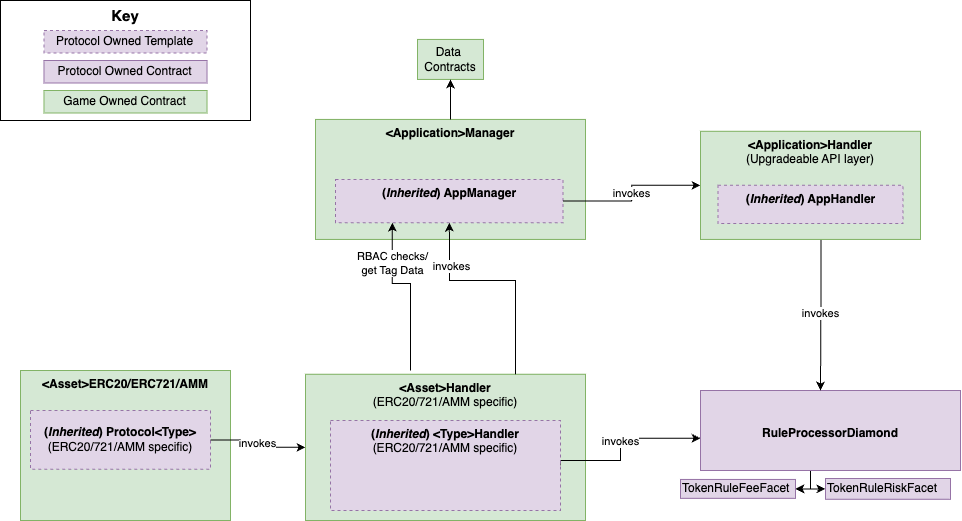
This is docs/userGuides/images/ExampleDeployment.png from thrackle-io/rules-engine, a draw.io export, as it was before one commit. Source tidied: cells renumbered, new cells last; positions are measured from the earlier drawing's top-left corner, leaving out a move shared by most shapes. Its diagram source:
```xml
<mxGraphModel>
  <root>
    <mxCell id="0" />
    <mxCell id="1" parent="0" />
    <mxCell id="2" value="&lt;div style=&quot;&quot;&gt;&lt;b style=&quot;background-color: initial;&quot;&gt;&amp;lt;Asset&amp;gt;Handler&lt;/b&gt;&lt;/div&gt;&lt;div style=&quot;&quot;&gt;&lt;span style=&quot;background-color: initial;&quot;&gt;(ERC20/721/AMM specific)&lt;/span&gt;&lt;/div&gt;" style="rounded=0;whiteSpace=wrap;html=1;fillColor=#d5e8d4;strokeColor=#82b366;align=center;verticalAlign=top;" parent="1" vertex="1">
      <mxGeometry x="305" y="373.8" width="280" height="146.2" as="geometry" />
    </mxCell>
    <mxCell id="3" style="edgeStyle=orthogonalEdgeStyle;rounded=0;jettySize=auto;html=1;entryX=1;entryY=0.5;entryDx=0;entryDy=0;" parent="1" edge="1" source="5" target="7">
      <mxGeometry relative="1" as="geometry">
        <Array as="points">
          <mxPoint x="810" y="488.9" />
        </Array>
      </mxGeometry>
    </mxCell>
    <mxCell id="4" style="edgeStyle=orthogonalEdgeStyle;rounded=0;jettySize=auto;html=1;entryX=0;entryY=0.5;entryDx=0;entryDy=0;" parent="1" edge="1" source="5" target="6">
      <mxGeometry relative="1" as="geometry">
        <Array as="points">
          <mxPoint x="810" y="488.9" />
        </Array>
      </mxGeometry>
    </mxCell>
    <mxCell id="5" value="&lt;div style=&quot;&quot;&gt;&lt;b style=&quot;background-color: initial;&quot;&gt;&lt;br&gt;&lt;/b&gt;&lt;/div&gt;&lt;div style=&quot;&quot;&gt;&lt;b style=&quot;background-color: initial;&quot;&gt;&lt;br&gt;&lt;/b&gt;&lt;/div&gt;&lt;div style=&quot;&quot;&gt;&lt;b style=&quot;background-color: initial;&quot;&gt;RuleProcessorDiamond&lt;/b&gt;&lt;/div&gt;" style="rounded=0;whiteSpace=wrap;html=1;fillColor=#e1d5e7;strokeColor=#9673a6;align=center;verticalAlign=top;" parent="1" vertex="1">
      <mxGeometry x="700" y="390" width="260" height="80" as="geometry" />
    </mxCell>
    <mxCell id="6" value="TokenRuleRiskFacet" style="rounded=0;whiteSpace=wrap;html=1;fillColor=#e1d5e7;strokeColor=#9673a6;align=left;" parent="1" vertex="1">
      <mxGeometry x="825" y="478" width="125" height="20.8" as="geometry" />
    </mxCell>
    <mxCell id="7" value="TokenRuleFeeFacet" style="rounded=0;whiteSpace=wrap;html=1;fillColor=#e1d5e7;strokeColor=#9673a6;align=left;" parent="1" vertex="1">
      <mxGeometry x="680" y="478.9" width="115" height="18.9" as="geometry" />
    </mxCell>
    <mxCell id="8" value="invokes" style="edgeStyle=orthogonalEdgeStyle;rounded=0;jettySize=auto;html=1;exitX=1;exitY=0.5;exitDx=0;exitDy=0;entryX=0;entryY=0.597;entryDx=0;entryDy=0;entryPerimeter=0;" parent="1" edge="1" source="9" target="5">
      <mxGeometry relative="1" as="geometry">
        <Array as="points">
          <mxPoint x="560" y="460" />
          <mxPoint x="620" y="460" />
          <mxPoint x="620" y="438" />
        </Array>
      </mxGeometry>
    </mxCell>
    <mxCell id="9" value="&lt;div style=&quot;&quot;&gt;&lt;div style=&quot;&quot;&gt;&lt;b style=&quot;background-color: initial;&quot;&gt;(&lt;i&gt;Inherited&lt;/i&gt;) &amp;lt;Type&amp;gt;Handler&lt;/b&gt;&lt;/div&gt;&lt;span style=&quot;background-color: initial;&quot;&gt;&lt;div style=&quot;&quot;&gt;&lt;span style=&quot;background-color: initial;&quot;&gt;(ERC20/721/AMM specific)&lt;/span&gt;&lt;/div&gt;&lt;/span&gt;&lt;/div&gt;" style="rounded=0;whiteSpace=wrap;html=1;fillColor=#e1d5e7;strokeColor=#9673a6;align=center;verticalAlign=top;dashed=1;" parent="1" vertex="1">
      <mxGeometry x="330" y="420" width="230" height="90.1" as="geometry" />
    </mxCell>
    <mxCell id="10" style="group;fontSize=15;" parent="1" vertex="1">
      <mxGeometry width="250" height="120" as="geometry" />
    </mxCell>
    <mxCell id="11" value="&lt;font style=&quot;font-size: 15px;&quot;&gt;Key&lt;/font&gt;" style="rounded=0;whiteSpace=wrap;html=1;fontStyle=1;verticalAlign=top;fontSize=15;" parent="10" vertex="1">
      <mxGeometry width="250" height="120" as="geometry" />
    </mxCell>
    <mxCell id="12" value="Protocol Owned Template" style="rounded=0;whiteSpace=wrap;html=1;fillColor=#e1d5e7;strokeColor=#9673a6;dashed=1;" parent="10" vertex="1">
      <mxGeometry x="43.5" y="30" width="163" height="22.5" as="geometry" />
    </mxCell>
    <mxCell id="13" value="Protocol Owned Contract" style="rounded=0;whiteSpace=wrap;html=1;fillColor=#e1d5e7;strokeColor=#9673a6;" parent="10" vertex="1">
      <mxGeometry x="43.5" y="60" width="163" height="22.5" as="geometry" />
    </mxCell>
    <mxCell id="14" value="Game Owned Contract" style="rounded=0;whiteSpace=wrap;html=1;fillColor=#d5e8d4;strokeColor=#82b366;" parent="10" vertex="1">
      <mxGeometry x="43.5" y="90" width="163" height="22.5" as="geometry" />
    </mxCell>
    <mxCell id="15" style="group;" parent="1" vertex="1">
      <mxGeometry y="330" width="230" height="190" as="geometry" />
    </mxCell>
    <mxCell id="16" value="&amp;lt;Asset&amp;gt;ERC20/ERC721/AMM" style="rounded=0;whiteSpace=wrap;html=1;fillColor=#d5e8d4;strokeColor=#82b366;fontStyle=1;verticalAlign=top;align=center;" parent="15" vertex="1">
      <mxGeometry x="20" y="40" width="210" height="150" as="geometry" />
    </mxCell>
    <mxCell id="17" value="&lt;div style=&quot;&quot;&gt;&lt;b style=&quot;background-color: initial;&quot;&gt;(&lt;i&gt;Inherited&lt;/i&gt;) Protocol&amp;lt;Type&amp;gt;&lt;br&gt;&lt;/b&gt;(ERC20/721/AMM specific)&lt;/div&gt;" style="rounded=0;whiteSpace=wrap;html=1;fillColor=#e1d5e7;strokeColor=#9673a6;align=center;dashed=1;" parent="15" vertex="1">
      <mxGeometry x="30" y="80" width="180" height="58.8" as="geometry" />
    </mxCell>
    <mxCell id="18" value="invokes" style="edgeStyle=orthogonalEdgeStyle;rounded=0;jettySize=auto;html=1;entryX=0;entryY=0.5;entryDx=0;entryDy=0;exitX=1;exitY=0.5;exitDx=0;exitDy=0;" parent="1" edge="1" source="17" target="2">
      <mxGeometry relative="1" as="geometry" />
    </mxCell>
    <mxCell id="19" style="group;" parent="1" vertex="1">
      <mxGeometry x="305" y="38.9" width="280" height="200" as="geometry" />
    </mxCell>
    <mxCell id="20" value="&lt;div style=&quot;&quot;&gt;&lt;b style=&quot;background-color: initial;&quot;&gt;&amp;lt;Application&amp;gt;Manager&lt;/b&gt;&lt;/div&gt;" style="rounded=0;whiteSpace=wrap;html=1;fillColor=#d5e8d4;strokeColor=#82b366;align=center;verticalAlign=top;" parent="19" vertex="1">
      <mxGeometry x="10" y="80" width="270" height="120" as="geometry" />
    </mxCell>
    <mxCell id="21" value="&lt;div style=&quot;&quot;&gt;&lt;b style=&quot;background-color: initial;&quot;&gt;(&lt;i&gt;Inherited&lt;/i&gt;) AppManager&lt;/b&gt;&lt;/div&gt;" style="rounded=0;whiteSpace=wrap;html=1;fillColor=#e1d5e7;strokeColor=#9673a6;align=center;verticalAlign=top;dashed=1;" parent="19" vertex="1">
      <mxGeometry x="30" y="140" width="227.5" height="43.2" as="geometry" />
    </mxCell>
    <mxCell id="22" value="invokes" style="edgeStyle=orthogonalEdgeStyle;rounded=0;jettySize=auto;html=1;entryX=0.5;entryY=1;entryDx=0;entryDy=0;exitX=0.75;exitY=0;exitDx=0;exitDy=0;" parent="19" edge="1" source="2" target="21">
      <mxGeometry x="0.59" y="-2" relative="1" as="geometry">
        <Array as="points">
          <mxPoint x="210" y="241" />
          <mxPoint x="144" y="241" />
          <mxPoint x="144" y="201" />
        </Array>
      </mxGeometry>
    </mxCell>
    <mxCell id="23" value="Data&amp;nbsp;&lt;br&gt;Contracts" style="rounded=0;whiteSpace=wrap;html=1;fillColor=#d5e8d4;strokeColor=#82b366;" parent="19" vertex="1">
      <mxGeometry x="112" width="66" height="40" as="geometry" />
    </mxCell>
    <mxCell id="24" style="edgeStyle=orthogonalEdgeStyle;rounded=0;jettySize=auto;html=1;entryX=0.5;entryY=1;entryDx=0;entryDy=0;" parent="19" edge="1" source="20" target="23">
      <mxGeometry relative="1" as="geometry" />
    </mxCell>
    <mxCell id="25" value="RBAC checks/&lt;br&gt;get Tag Data" style="edgeStyle=orthogonalEdgeStyle;rounded=0;jettySize=auto;html=1;entryX=0.25;entryY=1;entryDx=0;entryDy=0;" parent="1" edge="1" target="21">
      <mxGeometry x="0.5" relative="1" as="geometry">
        <mxPoint x="410" y="370" as="sourcePoint" />
        <Array as="points">
          <mxPoint x="410" y="370" />
          <mxPoint x="410" y="283" />
          <mxPoint x="383" y="283" />
        </Array>
      </mxGeometry>
    </mxCell>
    <mxCell id="26" value="invokes" style="edgeStyle=orthogonalEdgeStyle;rounded=0;jettySize=auto;html=1;exitX=1;exitY=0.5;exitDx=0;exitDy=0;entryX=0;entryY=0.5;entryDx=0;entryDy=0;" parent="1" edge="1" source="21" target="29">
      <mxGeometry relative="1" as="geometry" />
    </mxCell>
    <mxCell id="27" value="invokes" style="edgeStyle=orthogonalEdgeStyle;rounded=0;jettySize=auto;html=1;exitX=0.548;exitY=0.981;exitDx=0;exitDy=0;exitPerimeter=0;" parent="1" edge="1" source="29">
      <mxGeometry relative="1" as="geometry">
        <mxPoint x="820" y="390" as="targetPoint" />
        <Array as="points">
          <mxPoint x="821" y="270" />
        </Array>
      </mxGeometry>
    </mxCell>
    <mxCell id="28" style="group;" parent="1" vertex="1">
      <mxGeometry x="680" y="64.8" width="240" height="174.1" as="geometry" />
    </mxCell>
    <mxCell id="29" value="&lt;div style=&quot;&quot;&gt;&lt;b style=&quot;background-color: initial;&quot;&gt;&amp;lt;Application&amp;gt;Handler&lt;/b&gt;&lt;/div&gt;&lt;div style=&quot;&quot;&gt;&lt;span style=&quot;background-color: initial;&quot;&gt;(Upgradeable API layer)&lt;/span&gt;&lt;/div&gt;" style="rounded=0;whiteSpace=wrap;html=1;fillColor=#d5e8d4;strokeColor=#82b366;align=center;verticalAlign=top;" parent="28" vertex="1">
      <mxGeometry x="20" y="66" width="220" height="108.2" as="geometry" />
    </mxCell>
    <mxCell id="30" value="&lt;div style=&quot;&quot;&gt;&lt;b style=&quot;background-color: initial;&quot;&gt;(&lt;i&gt;Inherited&lt;/i&gt;) AppHandler&lt;/b&gt;&lt;/div&gt;" style="rounded=0;whiteSpace=wrap;html=1;fillColor=#e1d5e7;strokeColor=#9673a6;align=center;verticalAlign=top;dashed=1;" parent="28" vertex="1">
      <mxGeometry x="37.5" y="120" width="185" height="38.3" as="geometry" />
    </mxCell>
  </root>
</mxGraphModel>
```
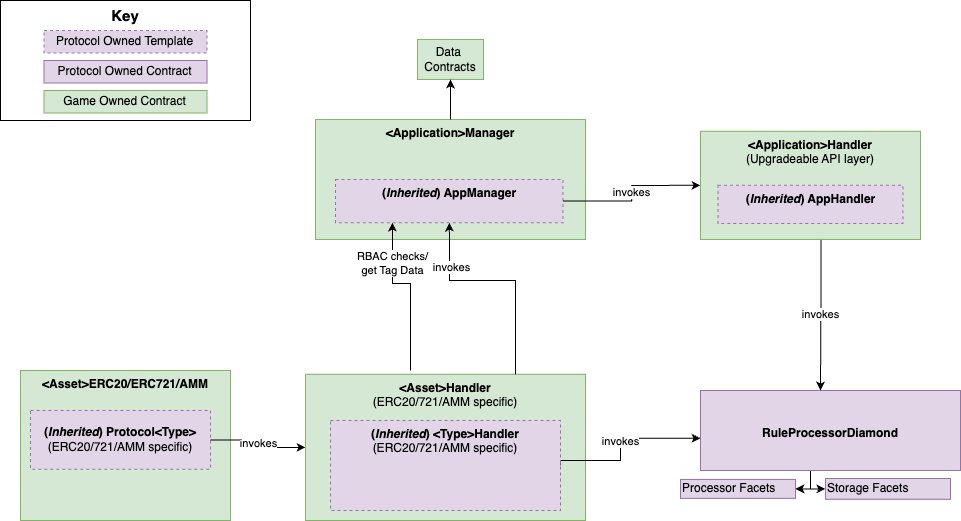
The same file after the commit.

Commit message:
Updated ExampleDeployment diagram

Diff of the diagram source:
```diff
@@ -22,10 +22,10 @@
     <mxCell id="5" value="&lt;div style=&quot;&quot;&gt;&lt;b style=&quot;background-color: initial;&quot;&gt;&lt;br&gt;&lt;/b&gt;&lt;/div&gt;&lt;div style=&quot;&quot;&gt;&lt;b style=&quot;background-color: initial;&quot;&gt;&lt;br&gt;&lt;/b&gt;&lt;/div&gt;&lt;div style=&quot;&quot;&gt;&lt;b style=&quot;background-color: initial;&quot;&gt;RuleProcessorDiamond&lt;/b&gt;&lt;/div&gt;" style="rounded=0;whiteSpace=wrap;html=1;fillColor=#e1d5e7;strokeColor=#9673a6;align=center;verticalAlign=top;" parent="1" vertex="1">
       <mxGeometry x="700" y="390" width="260" height="80" as="geometry" />
     </mxCell>
-    <mxCell id="6" value="TokenRuleRiskFacet" style="rounded=0;whiteSpace=wrap;html=1;fillColor=#e1d5e7;strokeColor=#9673a6;align=left;" parent="1" vertex="1">
+    <mxCell id="6" value="Storage Facets" style="rounded=0;whiteSpace=wrap;html=1;fillColor=#e1d5e7;strokeColor=#9673a6;align=left;" parent="1" vertex="1">
       <mxGeometry x="825" y="478" width="125" height="20.8" as="geometry" />
     </mxCell>
-    <mxCell id="7" value="TokenRuleFeeFacet" style="rounded=0;whiteSpace=wrap;html=1;fillColor=#e1d5e7;strokeColor=#9673a6;align=left;" parent="1" vertex="1">
+    <mxCell id="7" value="Processor Facets&amp;nbsp;" style="rounded=0;whiteSpace=wrap;html=1;fillColor=#e1d5e7;strokeColor=#9673a6;align=left;" parent="1" vertex="1">
       <mxGeometry x="680" y="478.9" width="115" height="18.9" as="geometry" />
     </mxCell>
     <mxCell id="8" value="invokes" style="edgeStyle=orthogonalEdgeStyle;rounded=0;jettySize=auto;html=1;exitX=1;exitY=0.5;exitDx=0;exitDy=0;entryX=0;entryY=0.597;entryDx=0;entryDy=0;entryPerimeter=0;" parent="1" edge="1" source="9" target="5">
```
